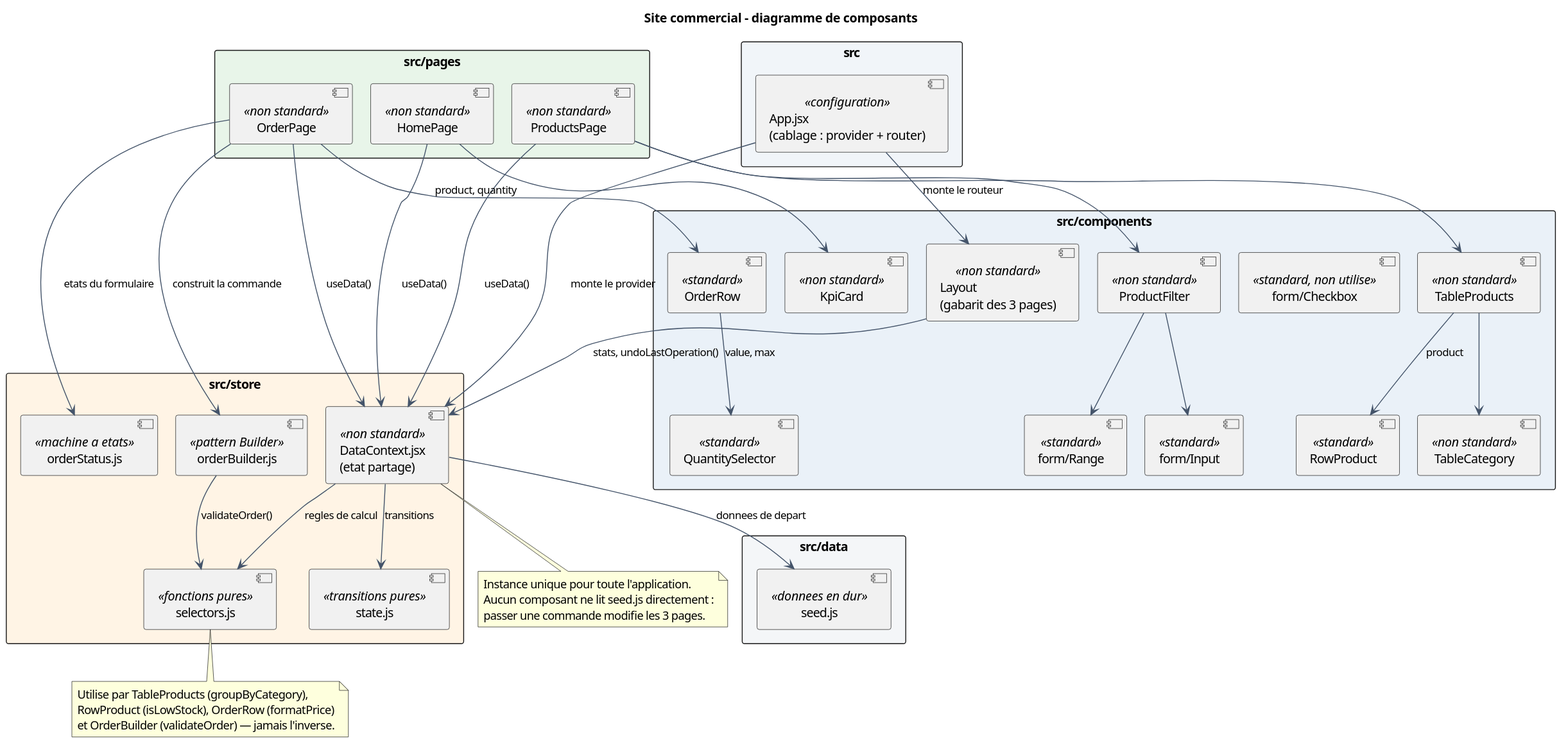
Earlier version of the PlantUML export docs/diagrammes/01-diagramme-composants.svg (wenkais196-Gabriel/mini-projet-site-commercial).
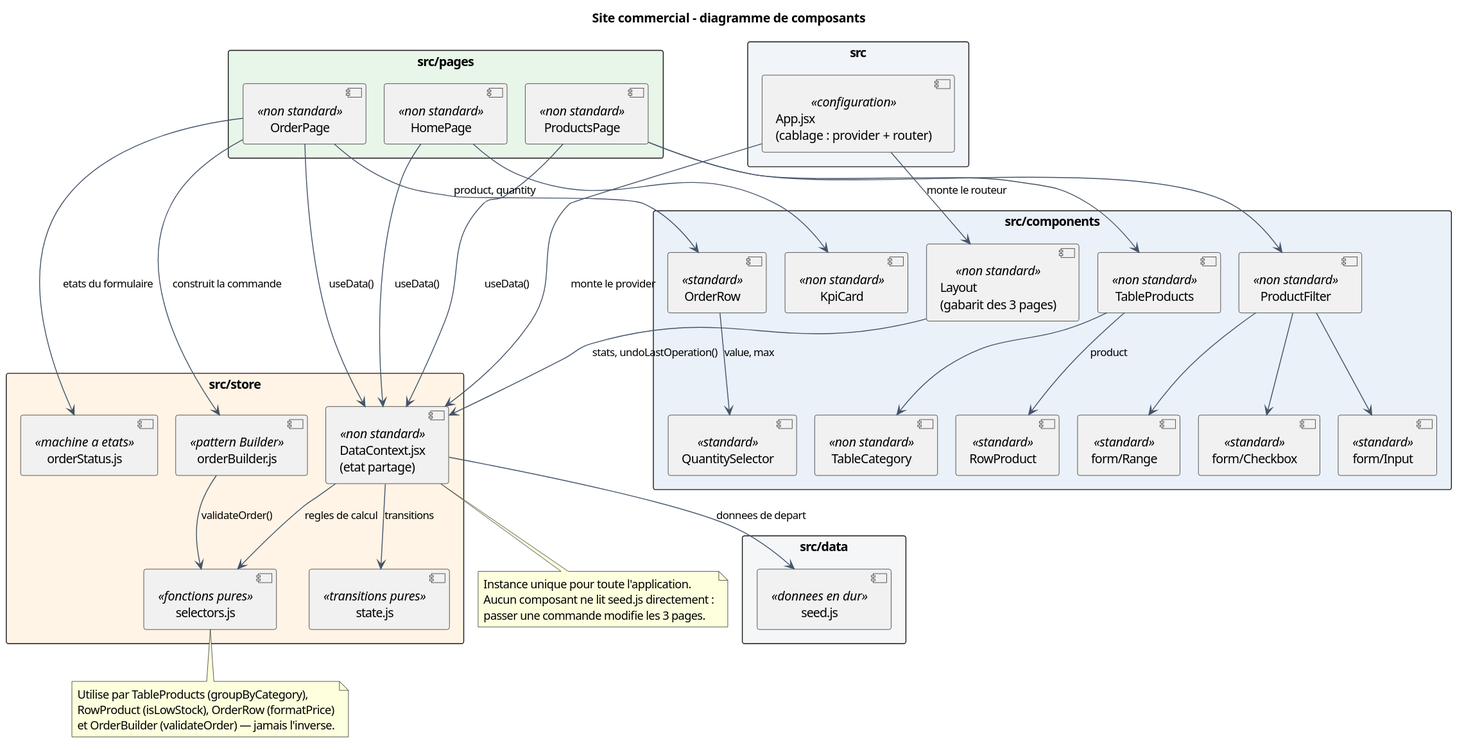
Above is the later version.

Change to the diagram source:
```diff
@@ -24,7 +24,7 @@
   component "Layout\n(gabarit des 3 pages)" as Layout <<non standard>>
   component "form/Input" as Input <<standard>>
   component "form/Range" as Range <<standard>>
-  component "form/Checkbox" as Check <<standard, non utilise>>
+  component "form/Checkbox" as Check <<standard>>
   component "KpiCard" as KPI <<non standard>>
   component "ProductFilter" as Filtre <<non standard>>
   component "TableProducts" as Table <<non standard>>
@@ -60,6 +60,7 @@
 Produits --> Filtre
 Produits --> Table
 Filtre --> Input
+Filtre --> Check
 Filtre --> Range
 Table --> Cat
 Table --> Row : product
```
